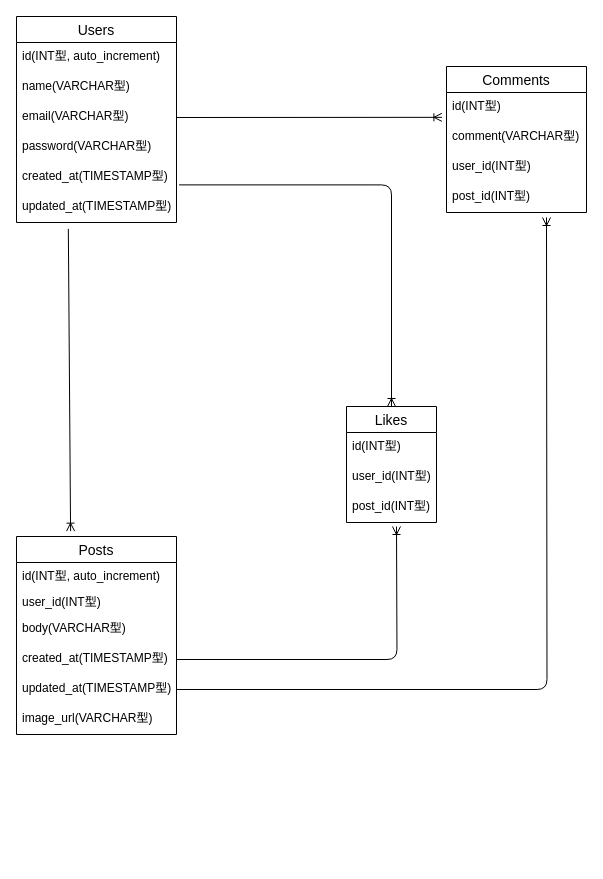
The draw.io diagram laravel/larapic.dio in Suguhito65/larapic, before the edit. Source tidied: cells renumbered, new cells numbered last; positions are measured from the earlier drawing's top-left corner, leaving out a move shared by most shapes. Both pictures are drawn from the tidied source at 100%, with x=0, y=0 at pixel (16, 16).
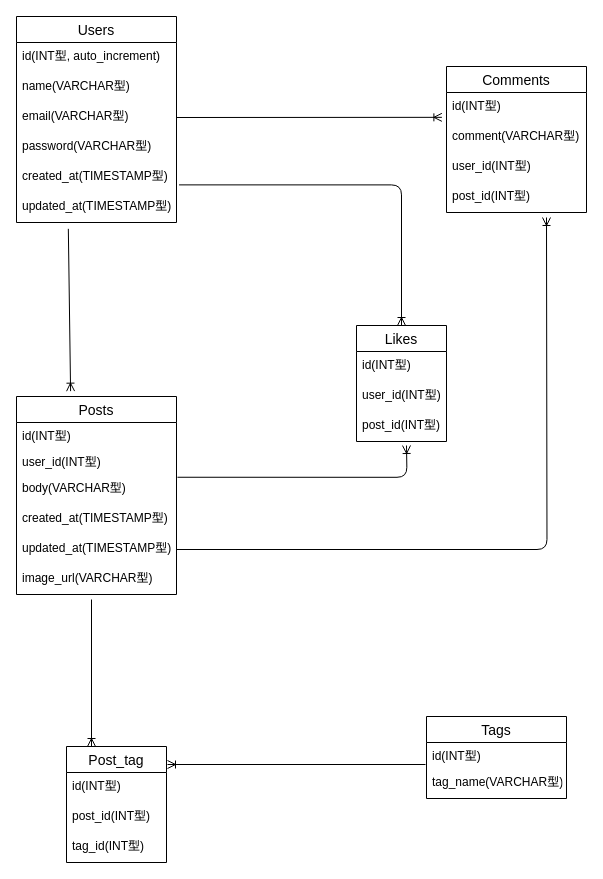
Above is the later version.

The change refers to these unchanged cells:
```xml
<mxCell id="16" value="body(VARCHAR型)" style="text;strokeColor=none;fillColor=none;spacingLeft=4;spacingRight=4;overflow=hidden;points=[[0,0.5],[1,0.5]];portConstraint=eastwest;fontSize=12;" parent="13" vertex="1">
  <mxGeometry y="78" width="160" height="30" as="geometry" />
</mxCell>
<mxCell id="17" value="created_at(TIMESTAMP型)" style="text;strokeColor=none;fillColor=none;spacingLeft=4;spacingRight=4;overflow=hidden;points=[[0,0.5],[1,0.5]];portConstraint=eastwest;fontSize=12;" parent="13" vertex="1">
  <mxGeometry y="108" width="160" height="30" as="geometry" />
</mxCell>
```

Change to the diagram source:
```diff
@@
     <mxCell id="9" value="Likes" style="swimlane;fontStyle=0;horizontal=1;startSize=26;align=center;fontSize=14;" parent="1" vertex="1">
-      <mxGeometry x="330" y="390" width="90" height="116" as="geometry" />
+      <mxGeometry x="340" y="309" width="90" height="116" as="geometry" />
     </mxCell>
@@
     <mxCell id="13" value="Posts" style="swimlane;fontStyle=0;horizontal=1;startSize=26;align=center;fontSize=14;" parent="1" vertex="1">
-      <mxGeometry y="520" width="160" height="198" as="geometry" />
+      <mxGeometry y="380" width="160" height="198" as="geometry" />
     </mxCell>
-    <mxCell id="14" value="id(INT型, auto_increment)" style="text;strokeColor=none;fillColor=none;spacingLeft=4;spacingRight=4;overflow=hidden;fontSize=12;" parent="13" vertex="1">
+    <mxCell id="14" value="id(INT型)" style="text;strokeColor=none;fillColor=none;spacingLeft=4;spacingRight=4;overflow=hidden;fontSize=12;" parent="13" vertex="1">
       <mxGeometry y="26" width="160" height="26" as="geometry" />
     </mxCell>
@@
-    <mxCell id="21" style="fontSize=12;html=1;endArrow=ERoneToMany;exitX=1;exitY=0.5;exitDx=0;exitDy=0;edgeStyle=orthogonalEdgeStyle;" parent="1" edge="1" source="17">
+    <mxCell id="21" style="fontSize=12;html=1;endArrow=ERoneToMany;exitX=1.006;exitY=0.092;exitDx=0;exitDy=0;edgeStyle=orthogonalEdgeStyle;exitPerimeter=0;" parent="1" edge="1" source="16">
       <mxGeometry relative="1" as="geometry">
-        <mxPoint x="380" y="510" as="targetPoint" />
+        <mxPoint x="390" y="429" as="targetPoint" />
       </mxGeometry>
     </mxCell>
@@
+    <mxCell id="30" value="Post_tag" style="swimlane;fontStyle=0;horizontal=1;startSize=26;align=center;fontSize=14;" parent="1" vertex="1">
+      <mxGeometry x="50" y="730" width="100" height="116" as="geometry" />
+    </mxCell>
+    <mxCell id="31" value="id(INT型)" style="text;strokeColor=none;fillColor=none;spacingLeft=4;spacingRight=4;overflow=hidden;fontSize=12;" parent="30" vertex="1">
+      <mxGeometry y="26" width="100" height="30" as="geometry" />
+    </mxCell>
+    <mxCell id="32" value="post_id(INT型)" style="text;strokeColor=none;fillColor=none;spacingLeft=4;spacingRight=4;overflow=hidden;fontSize=12;" parent="30" vertex="1">
+      <mxGeometry y="56" width="100" height="30" as="geometry" />
+    </mxCell>
+    <mxCell id="33" value="tag_id(INT型)" style="text;strokeColor=none;fillColor=none;spacingLeft=4;spacingRight=4;overflow=hidden;fontSize=12;" parent="30" vertex="1">
+      <mxGeometry y="86" width="100" height="30" as="geometry" />
+    </mxCell>
+    <mxCell id="34" value="Tags" style="swimlane;fontStyle=0;horizontal=1;startSize=26;align=center;fontSize=14;" parent="1" vertex="1">
+      <mxGeometry x="410" y="700" width="140" height="82" as="geometry" />
+    </mxCell>
+    <mxCell id="35" value="id(INT型)" style="text;strokeColor=none;fillColor=none;spacingLeft=4;spacingRight=4;overflow=hidden;fontSize=12;fontStyle=0;" parent="34" vertex="1">
+      <mxGeometry y="26" width="140" height="26" as="geometry" />
+    </mxCell>
+    <mxCell id="36" value="tag_name(VARCHAR型)" style="text;strokeColor=none;fillColor=none;spacingLeft=4;spacingRight=4;overflow=hidden;fontSize=12;" parent="34" vertex="1">
+      <mxGeometry y="52" width="140" height="30" as="geometry" />
+    </mxCell>
+    <mxCell id="37" style="fontSize=12;html=1;endArrow=ERoneToMany;entryX=0.25;entryY=0;entryDx=0;entryDy=0;" parent="1" edge="1" target="30">
+      <mxGeometry relative="1" as="geometry">
+        <mxPoint x="75" y="583" as="sourcePoint" />
+      </mxGeometry>
+    </mxCell>
+    <mxCell id="38" style="fontSize=12;html=1;endArrow=ERoneToMany;" parent="1" edge="1">
+      <mxGeometry relative="1" as="geometry">
+        <mxPoint x="409" y="748" as="sourcePoint" />
+        <mxPoint x="151" y="748" as="targetPoint" />
+      </mxGeometry>
+    </mxCell>
```
